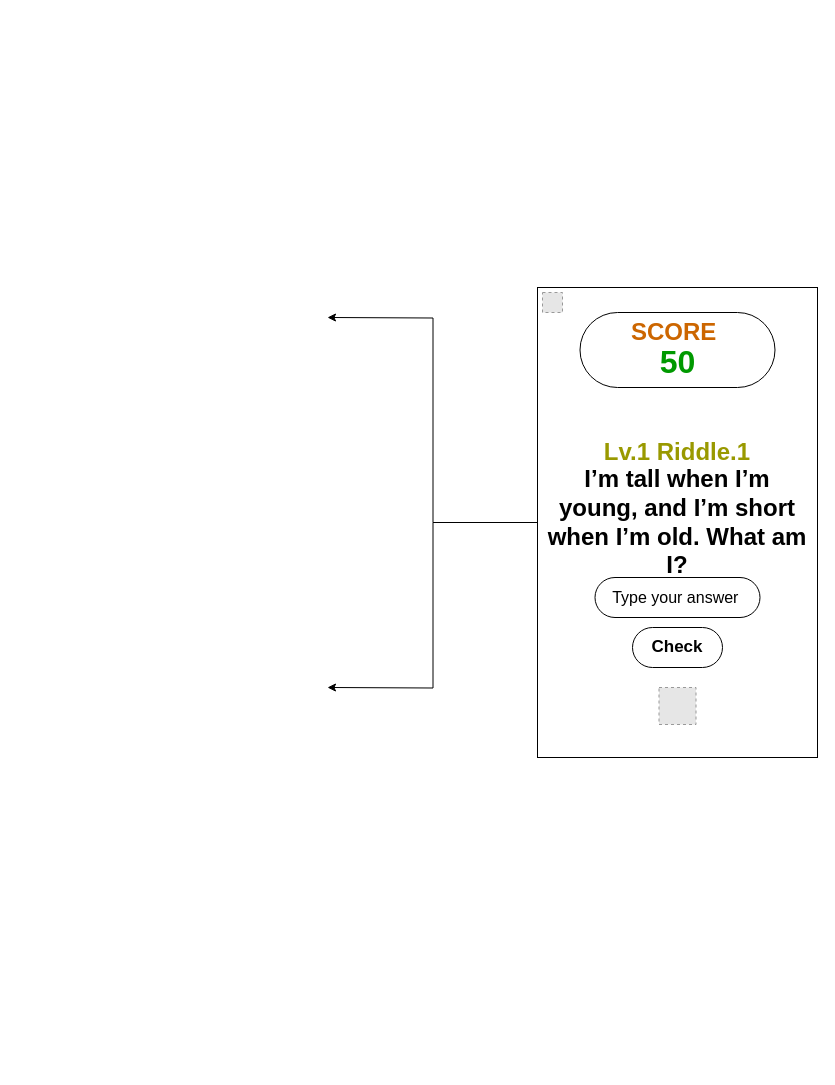
Above: Untitled Diagram.drawio in alizaid91/Tic-Tac-Toe-Game (draw.io), before the change. Source tidied: cells renumbered, new cells numbered last; positions are measured from the earlier drawing's top-left corner, leaving out a move shared by most shapes. Both pictures are drawn from the tidied source at 100%, with x=0, y=0 at pixel (327, 287). Pictures stored in the file or linked from it are replaced by grey dashed boxes.
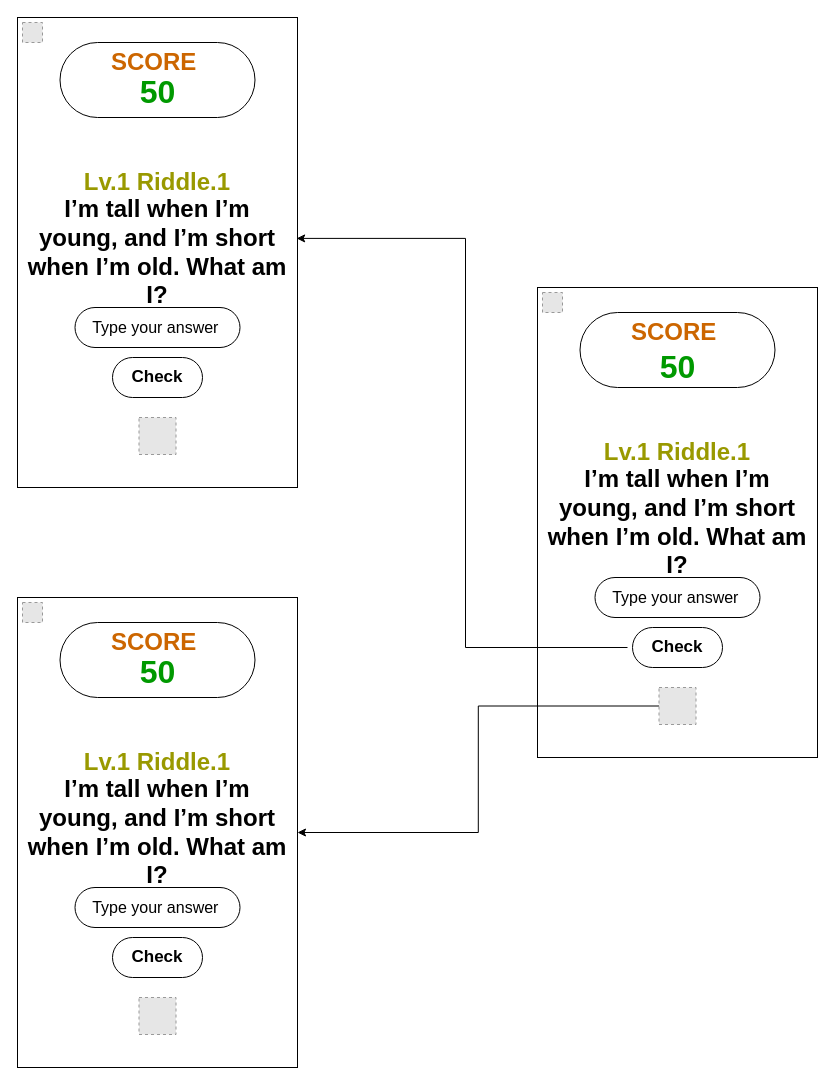
The same diagram, later.

The change refers to these unchanged cells:
```xml
<mxCell id="4" style="rounded=0;whiteSpace=wrap;html=1;" parent="1" vertex="1">
  <mxGeometry x="210" width="280" height="470" as="geometry" />
</mxCell>
<mxCell id="9" style="fillColor=#E6E6E6;strokeColor=#999999;dashed=1;html=1;verticalAlign=top;verticalLabelPosition=bottom;labelBackgroundColor=#ffffff;" parent="1" vertex="1">
  <mxGeometry x="331.5" y="400" width="37" height="37" as="geometry" />
</mxCell>
```

What changed in the source:
```diff
@@
-    <mxCell id="2" style="edgeStyle=orthogonalEdgeStyle;rounded=0;jettySize=auto;html=1;" parent="1" edge="1" source="4">
-      <mxGeometry relative="1" as="geometry">
-        <mxPoint y="400" as="targetPoint" />
-      </mxGeometry>
-    </mxCell>
-    <mxCell id="3" style="edgeStyle=orthogonalEdgeStyle;rounded=0;jettySize=auto;html=1;" parent="1" edge="1" source="4">
-      <mxGeometry relative="1" as="geometry">
-        <mxPoint y="30" as="targetPoint" />
-      </mxGeometry>
-    </mxCell>
@@
+    <mxCell id="14" style="edgeStyle=orthogonalEdgeStyle;rounded=0;jettySize=auto;html=1;entryX=1;entryY=0.5;entryDx=0;entryDy=0;exitX=0;exitY=0.5;exitDx=0;exitDy=0;" parent="1" edge="1" source="9" target="25">
+      <mxGeometry relative="1" as="geometry" />
+    </mxCell>
@@
     <mxCell id="12" value="50" style="text;strokeColor=none;align=center;fillColor=none;html=1;verticalAlign=middle;rounded=0;fontSize=32;fontStyle=1;fontColor=#009900;fontFamily=Helvetica;labelBackgroundColor=default;" parent="1" vertex="1">
-      <mxGeometry x="320" y="60" width="60" height="30" as="geometry" />
+      <mxGeometry x="320" y="65" width="60" height="30" as="geometry" />
     </mxCell>
@@
+    <mxCell id="15" style="rounded=0;whiteSpace=wrap;html=1;" parent="1" vertex="1">
+      <mxGeometry x="-310" y="-270" width="280" height="470" as="geometry" />
+    </mxCell>
+    <mxCell id="16" value="I’m tall when I’m young, and I’m short when I’m old. What am I?" style="text;strokeColor=none;align=center;fillColor=none;html=1;verticalAlign=middle;whiteSpace=wrap;rounded=0;shadow=0;fillStyle=solid;fontSize=24;fontStyle=1;" parent="1" vertex="1">
+      <mxGeometry x="-305" y="-61.2" width="270" height="52.5" as="geometry" />
+    </mxCell>
+    <mxCell id="17" value="Type your answer&amp;nbsp;" style="rounded=1;whiteSpace=wrap;html=1;arcSize=50;fontSize=16;fontStyle=0;" parent="1" vertex="1">
+      <mxGeometry x="-252.5" y="20" width="165" height="40" as="geometry" />
+    </mxCell>
+    <mxCell id="18" value="Check" style="rounded=1;whiteSpace=wrap;html=1;labelPosition=center;verticalLabelPosition=middle;align=center;verticalAlign=middle;glass=0;fontStyle=1;fontSize=17;arcSize=50;" parent="1" vertex="1">
+      <mxGeometry x="-215" y="70" width="90" height="40" as="geometry" />
+    </mxCell>
+    <mxCell id="19" value="Lv.1 Riddle.1" style="text;strokeColor=none;align=center;fillColor=none;html=1;verticalAlign=middle;whiteSpace=wrap;rounded=0;fontSize=24;fontStyle=1;fontColor=#999900;" parent="1" vertex="1">
+      <mxGeometry x="-265" y="-120" width="190" height="30" as="geometry" />
+    </mxCell>
+    <mxCell id="20" style="fillColor=#E6E6E6;strokeColor=#999999;dashed=1;html=1;verticalAlign=top;verticalLabelPosition=bottom;labelBackgroundColor=#ffffff;" parent="1" vertex="1">
+      <mxGeometry x="-188.5" y="130" width="37" height="37" as="geometry" />
+    </mxCell>
+    <mxCell id="21" style="rounded=1;whiteSpace=wrap;html=1;arcSize=50;" parent="1" vertex="1">
+      <mxGeometry x="-267.5" y="-245" width="195" height="75" as="geometry" />
+    </mxCell>
+    <mxCell id="22" value="SCORE&amp;nbsp;" style="text;strokeColor=none;align=center;fillColor=none;html=1;verticalAlign=middle;whiteSpace=wrap;rounded=0;fontSize=24;fontStyle=1;fontColor=#CC6600;" parent="1" vertex="1">
+      <mxGeometry x="-200" y="-245" width="60" height="40" as="geometry" />
+    </mxCell>
+    <mxCell id="23" value="50" style="text;strokeColor=none;align=center;fillColor=none;html=1;verticalAlign=middle;rounded=0;fontSize=32;fontStyle=1;fontColor=#009900;fontFamily=Helvetica;labelBackgroundColor=default;" parent="1" vertex="1">
+      <mxGeometry x="-200" y="-210" width="60" height="30" as="geometry" />
+    </mxCell>
+    <mxCell id="24" style="fillColor=#E6E6E6;strokeColor=#999999;dashed=1;html=1;verticalAlign=top;verticalLabelPosition=bottom;labelBackgroundColor=#ffffff;" parent="1" vertex="1">
+      <mxGeometry x="-305" y="-265" width="20" height="20" as="geometry" />
+    </mxCell>
+    <mxCell id="25" style="rounded=0;whiteSpace=wrap;html=1;" parent="1" vertex="1">
+      <mxGeometry x="-310" y="310" width="280" height="470" as="geometry" />
+    </mxCell>
+    <mxCell id="26" value="I’m tall when I’m young, and I’m short when I’m old. What am I?" style="text;strokeColor=none;align=center;fillColor=none;html=1;verticalAlign=middle;whiteSpace=wrap;rounded=0;shadow=0;fillStyle=solid;fontSize=24;fontStyle=1;" parent="1" vertex="1">
+      <mxGeometry x="-305" y="518.8" width="270" height="52.5" as="geometry" />
+    </mxCell>
+    <mxCell id="27" value="Type your answer&amp;nbsp;" style="rounded=1;whiteSpace=wrap;html=1;arcSize=50;fontSize=16;fontStyle=0;" parent="1" vertex="1">
+      <mxGeometry x="-252.5" y="600" width="165" height="40" as="geometry" />
+    </mxCell>
+    <mxCell id="28" value="Check" style="rounded=1;whiteSpace=wrap;html=1;labelPosition=center;verticalLabelPosition=middle;align=center;verticalAlign=middle;glass=0;fontStyle=1;fontSize=17;arcSize=50;" parent="1" vertex="1">
+      <mxGeometry x="-215" y="650" width="90" height="40" as="geometry" />
+    </mxCell>
+    <mxCell id="29" value="Lv.1 Riddle.1" style="text;strokeColor=none;align=center;fillColor=none;html=1;verticalAlign=middle;whiteSpace=wrap;rounded=0;fontSize=24;fontStyle=1;fontColor=#999900;" parent="1" vertex="1">
+      <mxGeometry x="-265" y="460" width="190" height="30" as="geometry" />
+    </mxCell>
+    <mxCell id="30" style="fillColor=#E6E6E6;strokeColor=#999999;dashed=1;html=1;verticalAlign=top;verticalLabelPosition=bottom;labelBackgroundColor=#ffffff;" parent="1" vertex="1">
+      <mxGeometry x="-188.5" y="710" width="37" height="37" as="geometry" />
+    </mxCell>
+    <mxCell id="31" style="rounded=1;whiteSpace=wrap;html=1;arcSize=50;" parent="1" vertex="1">
+      <mxGeometry x="-267.5" y="335" width="195" height="75" as="geometry" />
+    </mxCell>
+    <mxCell id="32" value="SCORE&amp;nbsp;" style="text;strokeColor=none;align=center;fillColor=none;html=1;verticalAlign=middle;whiteSpace=wrap;rounded=0;fontSize=24;fontStyle=1;fontColor=#CC6600;" parent="1" vertex="1">
+      <mxGeometry x="-200" y="335" width="60" height="40" as="geometry" />
+    </mxCell>
+    <mxCell id="33" value="50" style="text;strokeColor=none;align=center;fillColor=none;html=1;verticalAlign=middle;rounded=0;fontSize=32;fontStyle=1;fontColor=#009900;fontFamily=Helvetica;labelBackgroundColor=default;" parent="1" vertex="1">
+      <mxGeometry x="-200" y="370" width="60" height="30" as="geometry" />
+    </mxCell>
+    <mxCell id="34" style="fillColor=#E6E6E6;strokeColor=#999999;dashed=1;html=1;verticalAlign=top;verticalLabelPosition=bottom;labelBackgroundColor=#ffffff;" parent="1" vertex="1">
+      <mxGeometry x="-305" y="315" width="20" height="20" as="geometry" />
+    </mxCell>
+    <mxCell id="35" style="edgeStyle=orthogonalEdgeStyle;rounded=0;jettySize=auto;html=1;entryX=0.997;entryY=0.47;entryDx=0;entryDy=0;entryPerimeter=0;" parent="1" edge="1" target="15">
+      <mxGeometry relative="1" as="geometry">
+        <mxPoint x="300" y="360" as="sourcePoint" />
+        <Array as="points">
+          <mxPoint x="138" y="360" />
+          <mxPoint x="138" y="-49" />
+        </Array>
+      </mxGeometry>
+    </mxCell>
```
